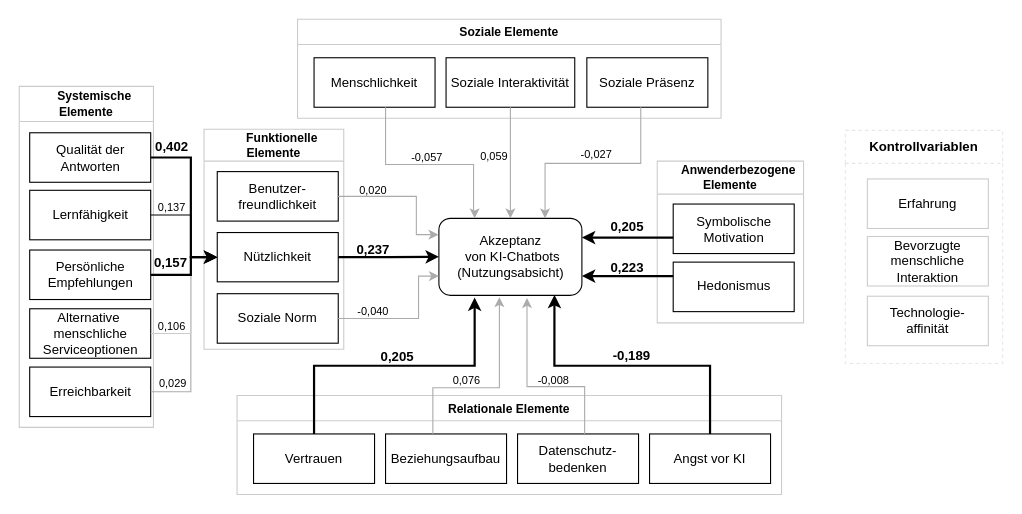
Above: page "Kopie von Hypothesen" (5 of 6) of sRAM.drawio in Frododo12/Web-Technologie (draw.io), before the change. Source tidied: cells renumbered, new cells numbered last; positions are measured from the earlier drawing's top-left corner, leaving out a move shared by most shapes. Both pictures are drawn from the tidied source at 110%, with x=0, y=0 at pixel (19, 19).
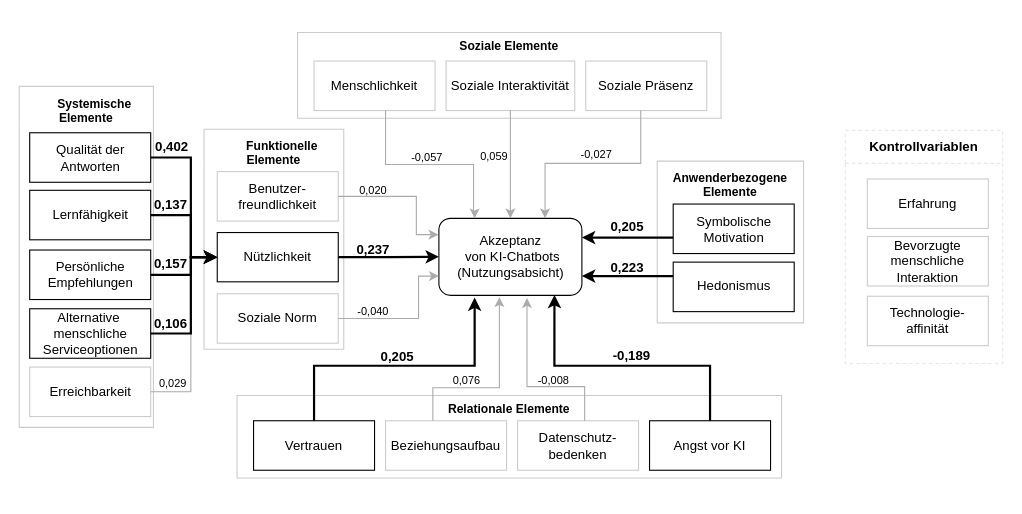
Above is the later version.

Unchanged cells that the change refers to:
```xml
<mxCell id="9" value="Nützlichkeit" style="rounded=0;whiteSpace=wrap;html=1;" parent="8" vertex="1">
  <mxGeometry x="12" y="93.9" width="110" height="44.8" as="geometry" />
</mxCell>
<mxCell id="21" value="Lernfähigkeit" style="rounded=0;whiteSpace=wrap;html=1;" parent="19" vertex="1">
  <mxGeometry x="9.5" y="94.5" width="110" height="45" as="geometry" />
</mxCell>
<mxCell id="23" value="Alternative&amp;nbsp;&lt;br&gt;menschliche Serviceoptionen" style="rounded=0;whiteSpace=wrap;html=1;" parent="19" vertex="1">
  <mxGeometry x="9.5" y="202.2" width="110" height="45" as="geometry" />
</mxCell>
```

Change to the diagram source:
```diff
@@
-    <mxCell id="3" value="&lt;font style=&quot;font-size: 11px;&quot;&gt;Relationale Elemente&lt;/font&gt;" style="swimlane;whiteSpace=wrap;html=1;fillColor=#FFFFFF;strokeColor=#CCCCCC;" parent="1" vertex="1">
-      <mxGeometry x="198" y="342" width="495" height="90" as="geometry" />
+    <mxCell id="3" value="&lt;font style=&quot;font-size: 11px;&quot;&gt;Relationale Elemente&lt;/font&gt;" style="swimlane;whiteSpace=wrap;html=1;fillColor=#FFFFFF;strokeColor=#CCCCCC;swimlaneLine=0;" parent="1" vertex="1">
+      <mxGeometry x="198" y="342" width="495" height="75" as="geometry" />
     </mxCell>
-    <mxCell id="4" value="Datenschutz-bedenken" style="rounded=0;whiteSpace=wrap;html=1;" parent="3" vertex="1">
-      <mxGeometry x="255" y="35" width="110" height="45" as="geometry" />
+    <mxCell id="4" value="Datenschutz-bedenken" style="rounded=0;whiteSpace=wrap;html=1;strokeColor=#CCCCCC;" parent="3" vertex="1">
+      <mxGeometry x="255" y="23" width="110" height="45" as="geometry" />
     </mxCell>
-    <mxCell id="5" value="Beziehungsaufbau" style="rounded=0;whiteSpace=wrap;html=1;" parent="3" vertex="1">
-      <mxGeometry x="135" y="35" width="110" height="45" as="geometry" />
+    <mxCell id="5" value="Beziehungsaufbau" style="rounded=0;whiteSpace=wrap;html=1;strokeColor=#CCCCCC;" parent="3" vertex="1">
+      <mxGeometry x="135" y="23" width="110" height="45" as="geometry" />
     </mxCell>
     <mxCell id="6" value="Vertrauen" style="rounded=0;whiteSpace=wrap;html=1;" parent="3" vertex="1">
-      <mxGeometry x="15" y="35" width="110" height="45" as="geometry" />
+      <mxGeometry x="15" y="23" width="110" height="45" as="geometry" />
     </mxCell>
     <mxCell id="7" value="Angst vor KI" style="rounded=0;whiteSpace=wrap;html=1;" parent="3" vertex="1">
-      <mxGeometry x="375" y="35" width="110" height="45" as="geometry" />
+      <mxGeometry x="375" y="23" width="110" height="45" as="geometry" />
     </mxCell>
-    <mxCell id="8" value="&amp;nbsp; &amp;nbsp; &amp;nbsp;Funktionelle Elemente" style="swimlane;whiteSpace=wrap;html=1;fillColor=#FFFFFF;startSize=29;strokeColor=#CCCCCC;fontSize=11;" parent="1" vertex="1">
+    <mxCell id="8" value="&lt;br&gt;&amp;nbsp; &amp;nbsp; &amp;nbsp;Funktionelle Elemente" style="swimlane;whiteSpace=wrap;html=1;fillColor=#FFFFFF;startSize=29;strokeColor=#CCCCCC;fontSize=11;swimlaneLine=0;" parent="1" vertex="1">
       <mxGeometry x="168" y="100" width="127" height="200" as="geometry" />
     </mxCell>
@@
-    <mxCell id="10" value="Soziale Norm" style="rounded=0;whiteSpace=wrap;html=1;" parent="8" vertex="1">
+    <mxCell id="10" value="Soziale Norm" style="rounded=0;whiteSpace=wrap;html=1;strokeColor=#CCCCCC;" parent="8" vertex="1">
       <mxGeometry x="12" y="149.5" width="110" height="45" as="geometry" />
     </mxCell>
-    <mxCell id="11" value="Benutzer-freundlichkeit" style="rounded=0;whiteSpace=wrap;html=1;" parent="8" vertex="1">
+    <mxCell id="11" value="Benutzer-freundlichkeit" style="rounded=0;whiteSpace=wrap;html=1;strokeColor=#CCCCCC;" parent="8" vertex="1">
       <mxGeometry x="12" y="38.5" width="110" height="45" as="geometry" />
     </mxCell>
-    <mxCell id="12" value="Soziale Elemente" style="swimlane;whiteSpace=wrap;html=1;fillColor=#FFFFFF;glass=0;shadow=0;strokeColor=#CCCCCC;fontSize=11;" parent="1" vertex="1">
-      <mxGeometry x="253" width="385" height="90" as="geometry" />
+    <mxCell id="12" value="Soziale Elemente" style="swimlane;whiteSpace=wrap;html=1;fillColor=#FFFFFF;glass=0;shadow=0;strokeColor=#CCCCCC;fontSize=11;swimlaneLine=0;" parent="1" vertex="1">
+      <mxGeometry x="253" y="12" width="385" height="78" as="geometry" />
     </mxCell>
-    <mxCell id="13" value="Soziale Interaktivität" style="rounded=0;whiteSpace=wrap;html=1;" parent="12" vertex="1">
-      <mxGeometry x="135" y="35" width="117" height="45" as="geometry" />
+    <mxCell id="13" value="Soziale Interaktivität" style="rounded=0;whiteSpace=wrap;html=1;strokeColor=#CCCCCC;" parent="12" vertex="1">
+      <mxGeometry x="135" y="26" width="117" height="45" as="geometry" />
     </mxCell>
-    <mxCell id="14" value="Soziale Präsenz" style="rounded=0;whiteSpace=wrap;html=1;" parent="12" vertex="1">
-      <mxGeometry x="263" y="35" width="110" height="45" as="geometry" />
+    <mxCell id="14" value="Soziale Präsenz" style="rounded=0;whiteSpace=wrap;html=1;strokeColor=#CCCCCC;" parent="12" vertex="1">
+      <mxGeometry x="262" y="26" width="110" height="45" as="geometry" />
     </mxCell>
-    <mxCell id="15" value="Menschlichkeit" style="rounded=0;whiteSpace=wrap;html=1;" parent="12" vertex="1">
-      <mxGeometry x="15" y="35" width="110" height="45" as="geometry" />
+    <mxCell id="15" value="Menschlichkeit" style="rounded=0;whiteSpace=wrap;html=1;strokeColor=#CCCCCC;" parent="12" vertex="1">
+      <mxGeometry x="15" y="26" width="110" height="45" as="geometry" />
     </mxCell>
-    <mxCell id="16" value="&amp;nbsp; &amp;nbsp; &amp;nbsp;Anwenderbezogene&lt;br style=&quot;border-color: var(--border-color); font-size: 11px;&quot;&gt;Elemente" style="swimlane;whiteSpace=wrap;html=1;startSize=30;fillColor=#FFFFFF;strokeColor=#CCCCCC;fontSize=11;" parent="1" vertex="1">
+    <mxCell id="16" value="&amp;nbsp; &amp;nbsp; &amp;nbsp;&lt;br&gt;Anwenderbezogene&lt;br style=&quot;border-color: var(--border-color); font-size: 11px;&quot;&gt;Elemente" style="swimlane;whiteSpace=wrap;html=1;startSize=30;fillColor=#FFFFFF;strokeColor=#CCCCCC;fontSize=11;swimlaneLine=0;" parent="1" vertex="1">
       <mxGeometry x="580" y="129" width="133" height="147" as="geometry" />
     </mxCell>
@@
-    <mxCell id="19" value="&amp;nbsp; &amp;nbsp; &amp;nbsp;Systemische &lt;br style=&quot;font-size: 11px;&quot;&gt;Elemente" style="swimlane;whiteSpace=wrap;html=1;startSize=32;fillColor=#FFFFFF;strokeColor=#CCCCCC;fontSize=11;" parent="1" vertex="1">
+    <mxCell id="19" value="&lt;br&gt;&amp;nbsp; &amp;nbsp; &amp;nbsp;Systemische &lt;br style=&quot;font-size: 11px;&quot;&gt;Elemente" style="swimlane;whiteSpace=wrap;html=1;startSize=32;fillColor=#FFFFFF;strokeColor=#CCCCCC;fontSize=11;swimlaneLine=0;" parent="1" vertex="1">
       <mxGeometry y="61" width="122" height="310" as="geometry" />
     </mxCell>
@@
-    <mxCell id="24" value="Erreichbarkeit" style="rounded=0;whiteSpace=wrap;html=1;" parent="19" vertex="1">
+    <mxCell id="24" value="Erreichbarkeit" style="rounded=0;whiteSpace=wrap;html=1;strokeColor=#CCCCCC;" parent="19" vertex="1">
       <mxGeometry x="9.5" y="255.2" width="110" height="45" as="geometry" />
     </mxCell>
@@
-    <mxCell id="54" style="edgeStyle=orthogonalEdgeStyle;rounded=0;jettySize=auto;html=1;entryX=0;entryY=0.5;entryDx=0;entryDy=0;strokeColor=#CCCCCC;" parent="1" edge="1" source="23" target="9">
+    <mxCell id="54" style="edgeStyle=orthogonalEdgeStyle;rounded=0;jettySize=auto;html=1;entryX=0;entryY=0.5;entryDx=0;entryDy=0;strokeColor=#000000;strokeWidth=2;" parent="1" edge="1" source="23" target="9">
       <mxGeometry relative="1" as="geometry">
         <Array as="points">
           <mxPoint x="156" y="286" />
           <mxPoint x="156" y="216" />
         </Array>
       </mxGeometry>
     </mxCell>
@@
-    <mxCell id="56" style="edgeStyle=orthogonalEdgeStyle;rounded=0;jettySize=auto;html=1;entryX=0;entryY=0.5;entryDx=0;entryDy=0;" parent="1" edge="1" source="21" target="9">
+    <mxCell id="56" style="edgeStyle=orthogonalEdgeStyle;rounded=0;jettySize=auto;html=1;entryX=0;entryY=0.5;entryDx=0;entryDy=0;strokeWidth=2;" parent="1" edge="1" source="21" target="9">
       <mxGeometry relative="1" as="geometry">
         <Array as="points">
           <mxPoint x="156" y="178" />
           <mxPoint x="156" y="216" />
         </Array>
       </mxGeometry>
     </mxCell>
@@
-    <mxCell id="59" value="&lt;font style=&quot;font-size: 10px;&quot;&gt;0,137&lt;/font&gt;" style="text;html=1;strokeColor=none;fillColor=none;align=center;verticalAlign=middle;whiteSpace=wrap;rounded=0;opacity=0;fontSize=20;" parent="1" vertex="1">
-      <mxGeometry x="118.5" y="154" width="40" height="25" as="geometry" />
+    <mxCell id="59" value="&lt;font style=&quot;font-size: 12px;&quot;&gt;0,137&lt;/font&gt;" style="text;html=1;strokeColor=none;fillColor=none;align=center;verticalAlign=middle;whiteSpace=wrap;rounded=0;opacity=0;fontSize=12;fontStyle=1;" parent="1" vertex="1">
+      <mxGeometry x="117.5" y="156" width="40" height="25" as="geometry" />
     </mxCell>
-    <mxCell id="60" value="&lt;font style=&quot;font-size: 10px;&quot;&gt;0,106&lt;/font&gt;" style="text;html=1;strokeColor=none;fillColor=none;align=center;verticalAlign=middle;whiteSpace=wrap;rounded=0;opacity=0;fontSize=20;" parent="1" vertex="1">
-      <mxGeometry x="119" y="262" width="40" height="25" as="geometry" />
+    <mxCell id="60" value="&lt;font style=&quot;font-size: 12px;&quot;&gt;0,106&lt;/font&gt;" style="text;html=1;strokeColor=none;fillColor=none;align=center;verticalAlign=middle;whiteSpace=wrap;rounded=0;opacity=0;fontSize=12;fontStyle=1;" parent="1" vertex="1">
+      <mxGeometry x="118" y="264" width="40" height="25" as="geometry" />
     </mxCell>
@@
     <mxCell id="62" value="&lt;font style=&quot;font-size: 12px;&quot;&gt;0,157&lt;/font&gt;" style="text;html=1;strokeColor=none;fillColor=none;align=center;verticalAlign=middle;whiteSpace=wrap;rounded=0;opacity=0;fontSize=12;fontStyle=1;" parent="1" vertex="1">
-      <mxGeometry x="117.5" y="209.8" width="40" height="25" as="geometry" />
+      <mxGeometry x="117.5" y="210.8" width="40" height="25" as="geometry" />
     </mxCell>
```
